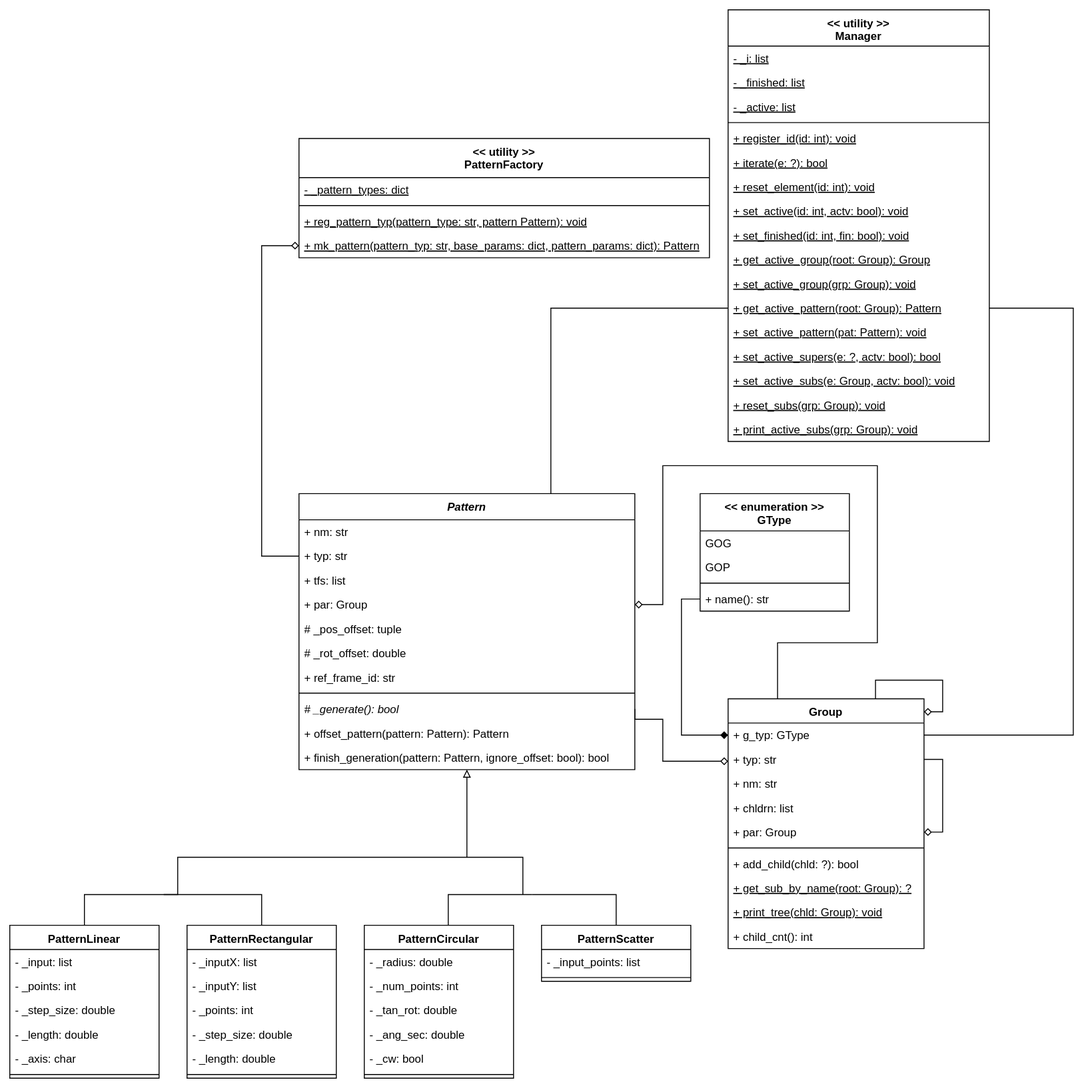
Above: resources/pm.svg in teknologisk-institut/pattern_manager (draw.io), before the change. Source tidied: cells renumbered, new cells last; positions are measured from the earlier drawing's top-left corner, leaving out a move shared by most shapes.
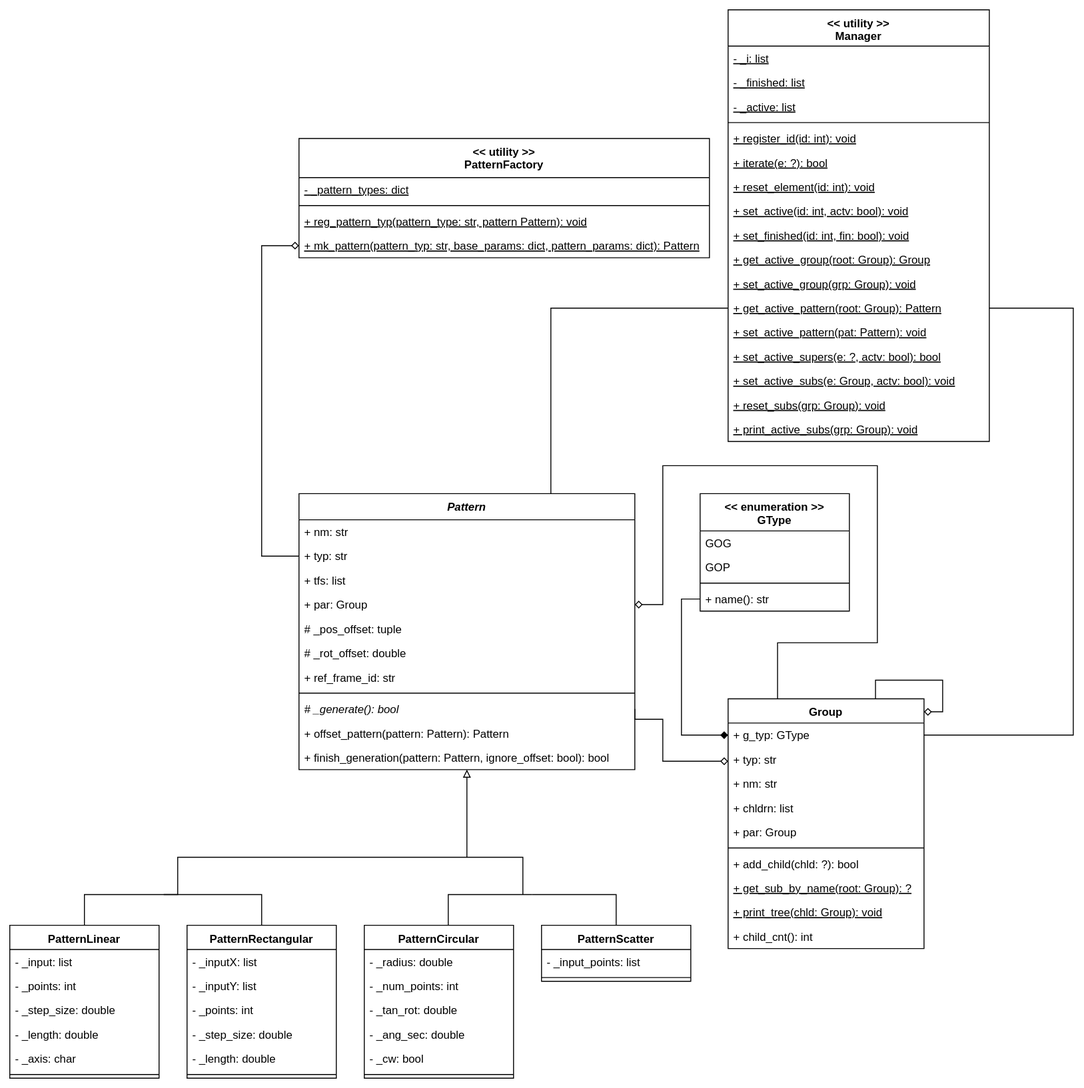
Above is the later version.

Commit message:
updated class diagram

What changed in the source:
```diff
@@ -232,9 +232,6 @@
     <mxCell id="65" value="+ g_typ: GType" style="text;strokeColor=none;fillColor=none;align=left;verticalAlign=top;spacingLeft=4;spacingRight=4;overflow=hidden;points=[[0,0.5],[1,0.5]];portConstraint=eastwest;" parent="64" vertex="1">
       <mxGeometry y="26" width="210" height="26" as="geometry" />
     </mxCell>
-    <mxCell id="66" style="edgeStyle=orthogonalEdgeStyle;rounded=0;jettySize=auto;html=1;exitX=1;exitY=0.5;exitDx=0;exitDy=0;entryX=1;entryY=0.5;entryDx=0;entryDy=0;startArrow=none;startFill=0;endArrow=diamond;endFill=0;strokeColor=#000000;" parent="64" edge="1" source="67" target="70">
-      <mxGeometry relative="1" as="geometry" />
-    </mxCell>
     <mxCell id="67" value="+ typ: str" style="text;strokeColor=none;fillColor=none;align=left;verticalAlign=top;spacingLeft=4;spacingRight=4;overflow=hidden;points=[[0,0.5],[1,0.5]];portConstraint=eastwest;" parent="64" vertex="1">
       <mxGeometry y="52" width="210" height="26" as="geometry" />
     </mxCell>
```
